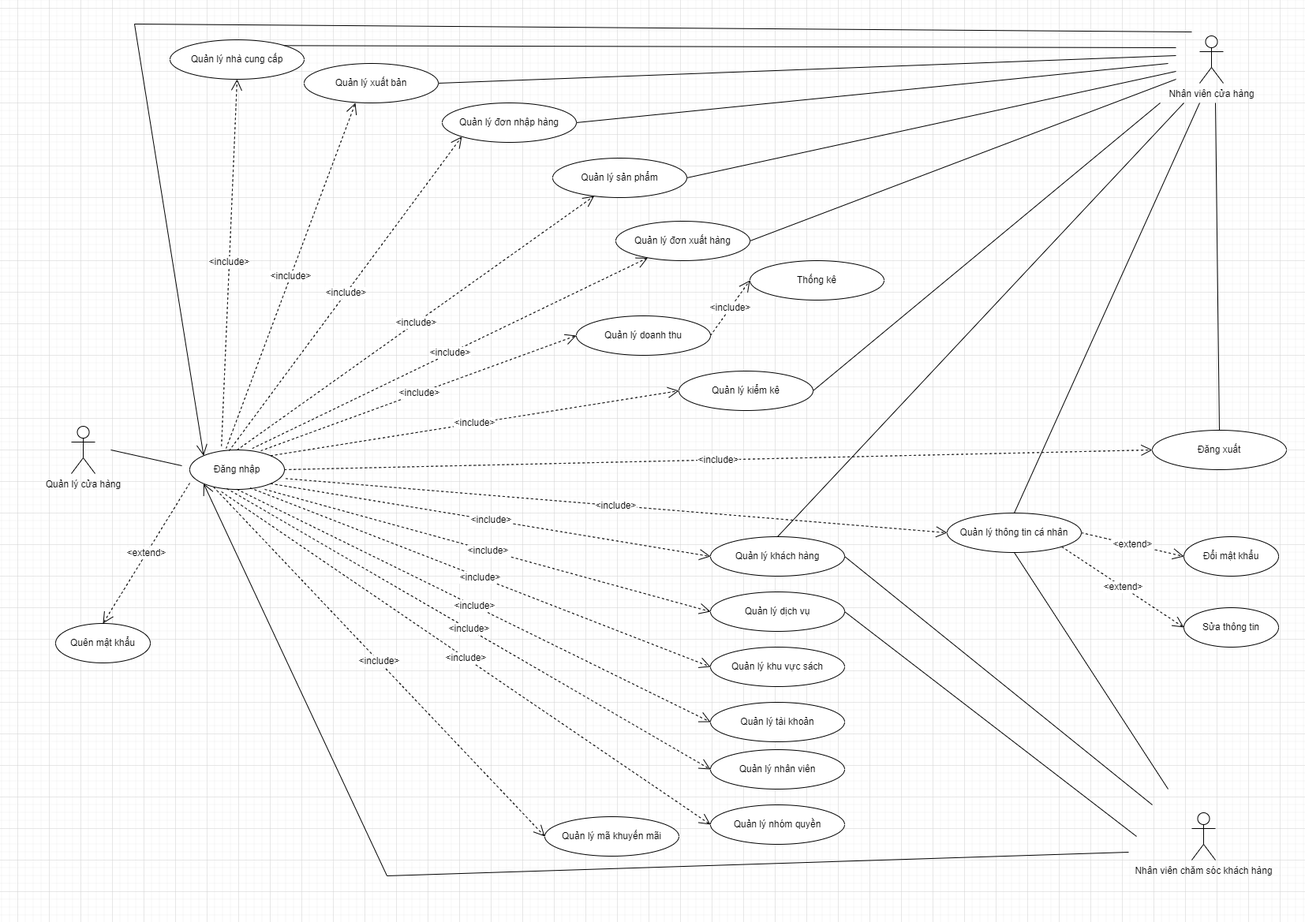
This is BaoCaoPTTKHTTT/uescase.png from Remilia172112/AppThuVien-JAVA-PTTKHTTT, a draw.io export, as it was before one commit. Source tidied: cells renumbered, new cells last; positions are measured from the earlier drawing's top-left corner, leaving out a move shared by most shapes.
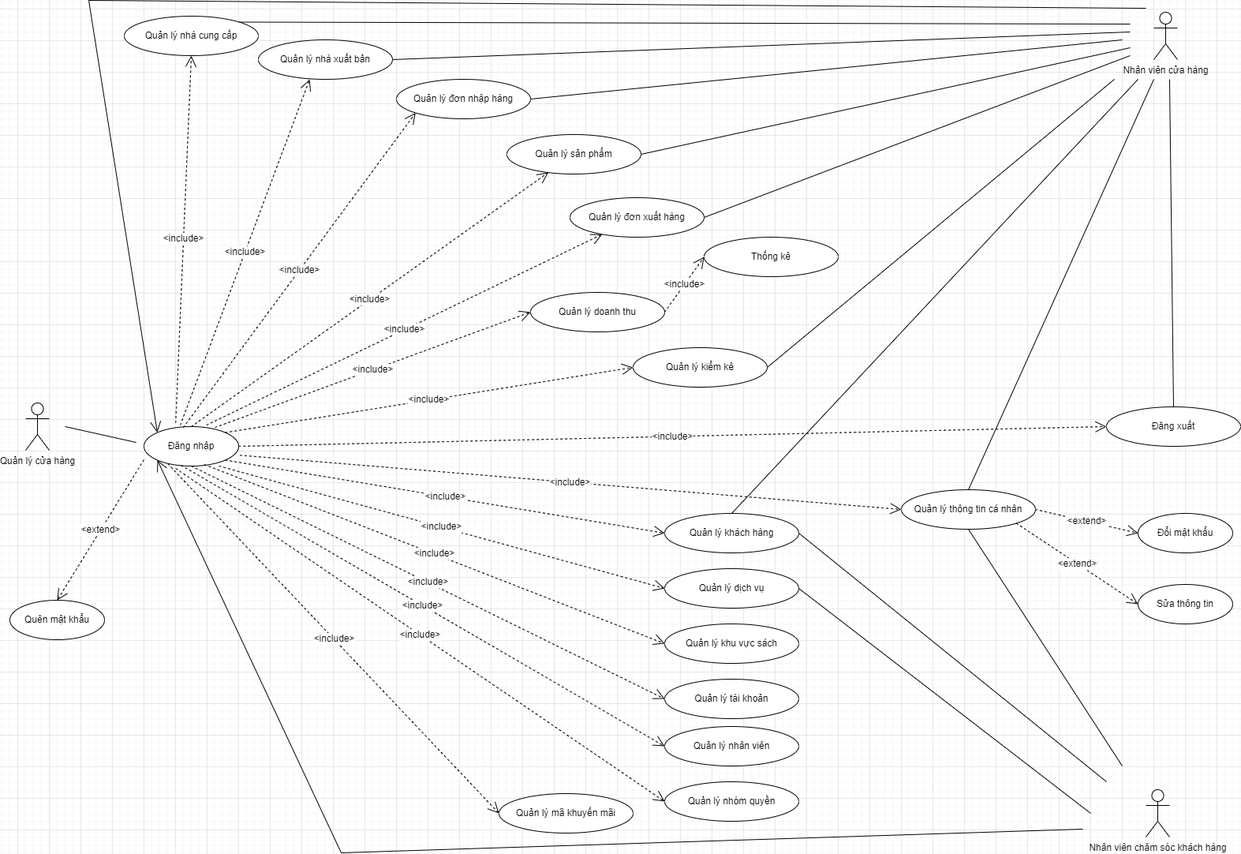
The same file after the commit.

The edit, as a diff of the source:
```diff
@@ -33,7 +33,7 @@
         <mxPoint x="380" y="100" as="targetPoint" />
       </mxGeometry>
     </mxCell>
-    <mxCell id="11" value="Quản lý xuất bản" style="ellipse;whiteSpace=wrap;html=1;" parent="1" vertex="1">
+    <mxCell id="11" value="Quản lý nhà xuất bản" style="ellipse;whiteSpace=wrap;html=1;" parent="1" vertex="1">
       <mxGeometry x="315" y="50" width="170" height="50" as="geometry" />
     </mxCell>
     <mxCell id="12" value="&amp;lt;include&amp;gt;" style="endArrow=open;endSize=12;dashed=1;html=1;rounded=0;fontSize=12;curved=1;exitX=0.416;exitY=0.02;exitDx=0;exitDy=0;entryX=0;entryY=1;entryDx=0;entryDy=0;exitPerimeter=0;" parent="1" edge="1" source="5" target="13">
```
